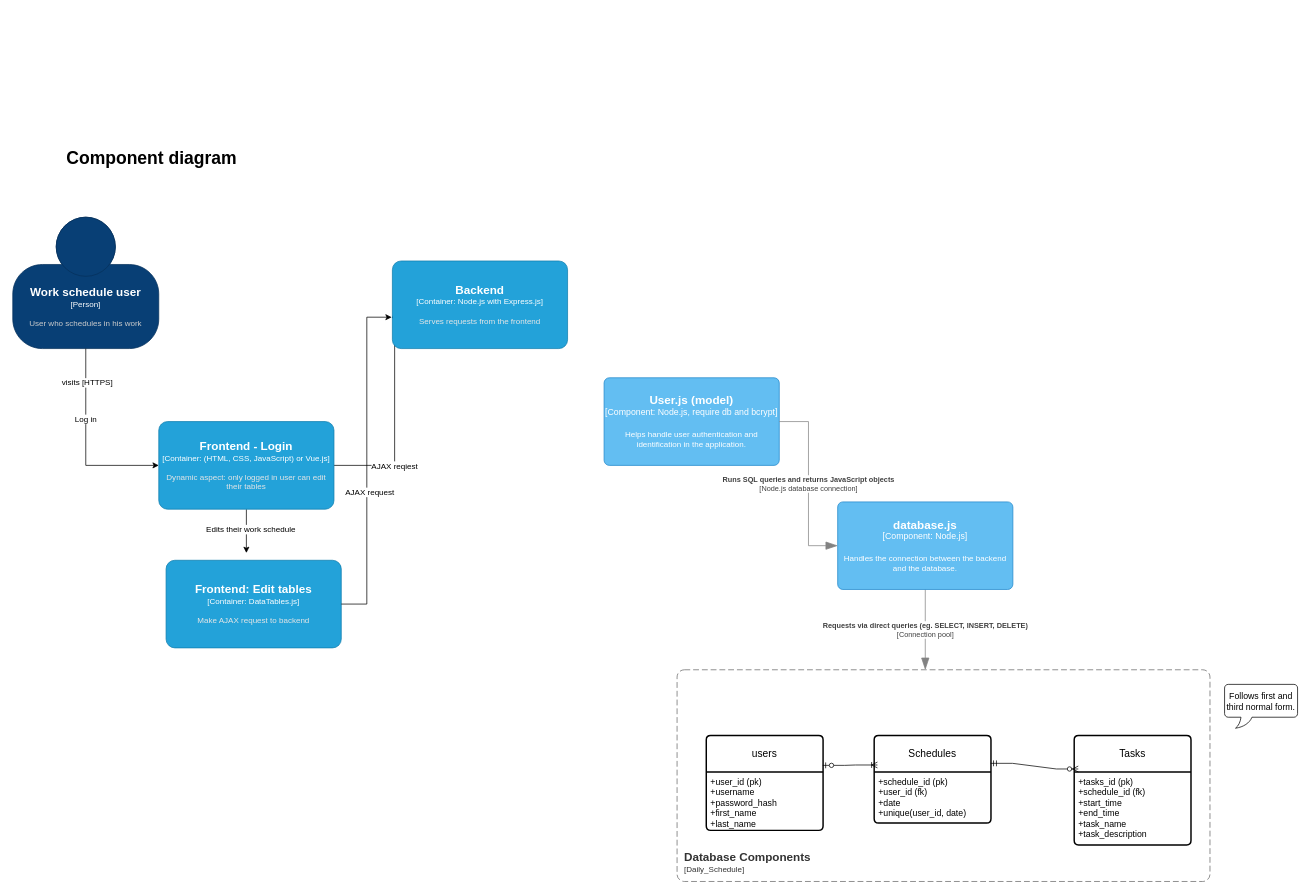
The draw.io diagram documentation/backendcomponent.drawio in viquta/Online_Daily_Work_Schedule, before the edit. Source tidied: cells renumbered, new cells numbered last; positions are measured from the earlier drawing's top-left corner, leaving out a move shared by most shapes. Both pictures are drawn from the tidied source at 73%, with x=0, y=0 at pixel (12, 144).
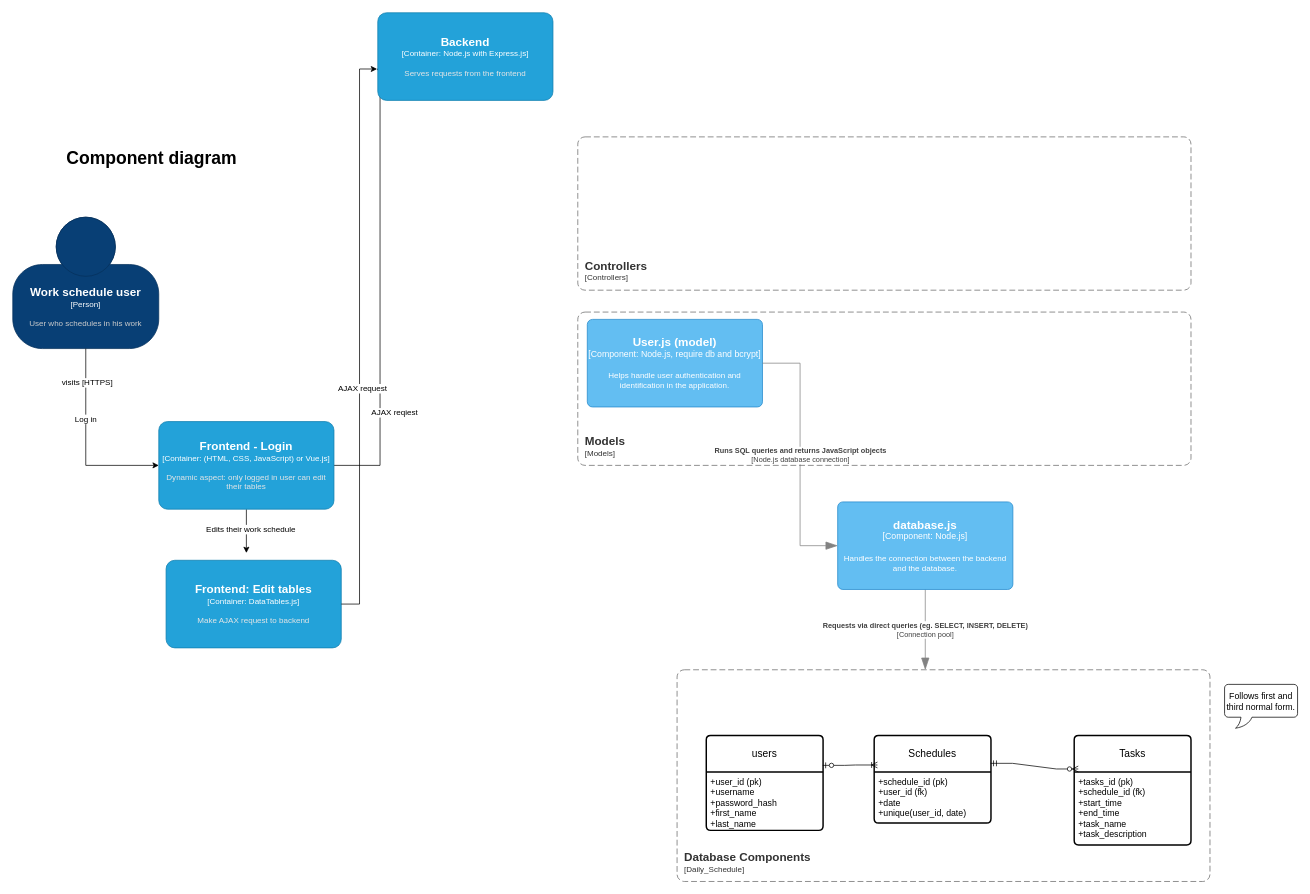
Above is the later version.

Diff of the diagram source:
```diff
@@
     <object id="13" label="&lt;font style=&quot;font-size: 16px&quot;&gt;&lt;b&gt;%c4Name%&lt;/b&gt;&lt;/font&gt;&lt;div&gt;[%c4Type%: %c4Technology%]&lt;/div&gt;&lt;br&gt;&lt;div&gt;&lt;font style=&quot;font-size: 11px&quot;&gt;&lt;font color=&quot;#E6E6E6&quot;&gt;%c4Description%&lt;/font&gt;&lt;/div&gt;" c4Description="Serves requests from the frontend" c4Name="Backend" c4Technology="Node.js with Express.js" c4Type="Container" placeholders="1">
       <mxCell style="rounded=1;whiteSpace=wrap;html=1;fontSize=11;labelBackgroundColor=none;fillColor=#23A2D9;fontColor=#ffffff;align=center;arcSize=10;strokeColor=#0E7DAD;points=[[0.25,0,0],[0.5,0,0],[0.75,0,0],[1,0.25,0],[1,0.5,0],[1,0.75,0],[0.75,1,0],[0.5,1,0],[0.25,1,0],[0,0.75,0],[0,0.5,0],[0,0.25,0]];" parent="1" vertex="1">
-        <mxGeometry x="520" y="160" width="240" height="120" as="geometry" />
+        <mxGeometry x="500" y="-180" width="240" height="120" as="geometry" />
       </mxCell>
     </object>
@@
     <object id="29" label="&lt;font style=&quot;font-size: 16px&quot;&gt;&lt;b&gt;%c4Name%&lt;/b&gt;&lt;/font&gt;&lt;div&gt;[%c4Type%: %c4Technology%]&lt;/div&gt;&lt;br&gt;&lt;div&gt;&lt;font style=&quot;font-size: 11px&quot;&gt;%c4Description%&lt;/font&gt;&lt;/div&gt;" c4Description="Helps handle user authentication and identification in the application." c4Name="User.js (model)" c4Technology="Node.js, require db and bcrypt" c4Type="Component" placeholders="1">
       <mxCell style="rounded=1;whiteSpace=wrap;html=1;labelBackgroundColor=none;fillColor=#63BEF2;fontColor=#ffffff;align=center;arcSize=6;strokeColor=#2086C9;points=[[0.25,0,0],[0.5,0,0],[0.75,0,0],[1,0.25,0],[1,0.5,0],[1,0.75,0],[0.75,1,0],[0.5,1,0],[0.25,1,0],[0,0.75,0],[0,0.5,0],[0,0.25,0]];" parent="1" vertex="1">
-        <mxGeometry x="810" y="320" width="240" height="120" as="geometry" />
+        <mxGeometry x="787" y="240" width="240" height="120" as="geometry" />
       </mxCell>
     </object>
@@
+    <object id="31" label="&lt;font style=&quot;font-size: 16px&quot;&gt;&lt;b&gt;&lt;div style=&quot;text-align: left&quot;&gt;%c4Name%&lt;/div&gt;&lt;/b&gt;&lt;/font&gt;&lt;div style=&quot;text-align: left&quot;&gt;[%c4Application%]&lt;/div&gt;" c4Application="Models" c4Name="Models" placeholders="1">
+      <mxCell style="rounded=1;fontSize=11;whiteSpace=wrap;html=1;dashed=1;arcSize=20;fillColor=none;strokeColor=#666666;fontColor=#333333;labelBackgroundColor=none;align=left;verticalAlign=bottom;labelBorderColor=none;spacingTop=0;spacing=10;dashPattern=8 4;perimeter=rectanglePerimeter;noLabel=0;labelPadding=0;absoluteArcSize=1;" parent="1" vertex="1">
+        <mxGeometry x="774" y="230" width="840" height="210" as="geometry" />
+      </mxCell>
+    </object>
+    <object id="32" label="&lt;font style=&quot;font-size: 16px&quot;&gt;&lt;b&gt;&lt;div style=&quot;text-align: left&quot;&gt;%c4Name%&lt;/div&gt;&lt;/b&gt;&lt;/font&gt;&lt;div style=&quot;text-align: left&quot;&gt;[%c4Application%]&lt;/div&gt;" c4Application="Controllers" c4Name="Controllers" placeholders="1">
+      <mxCell style="rounded=1;fontSize=11;whiteSpace=wrap;html=1;dashed=1;arcSize=20;fillColor=none;strokeColor=#666666;fontColor=#333333;labelBackgroundColor=none;align=left;verticalAlign=bottom;labelBorderColor=none;spacingTop=0;spacing=10;dashPattern=8 4;perimeter=rectanglePerimeter;noLabel=0;labelPadding=0;absoluteArcSize=1;" parent="1" vertex="1">
+        <mxGeometry x="774" y="-10" width="840" height="210" as="geometry" />
+      </mxCell>
+    </object>
```
